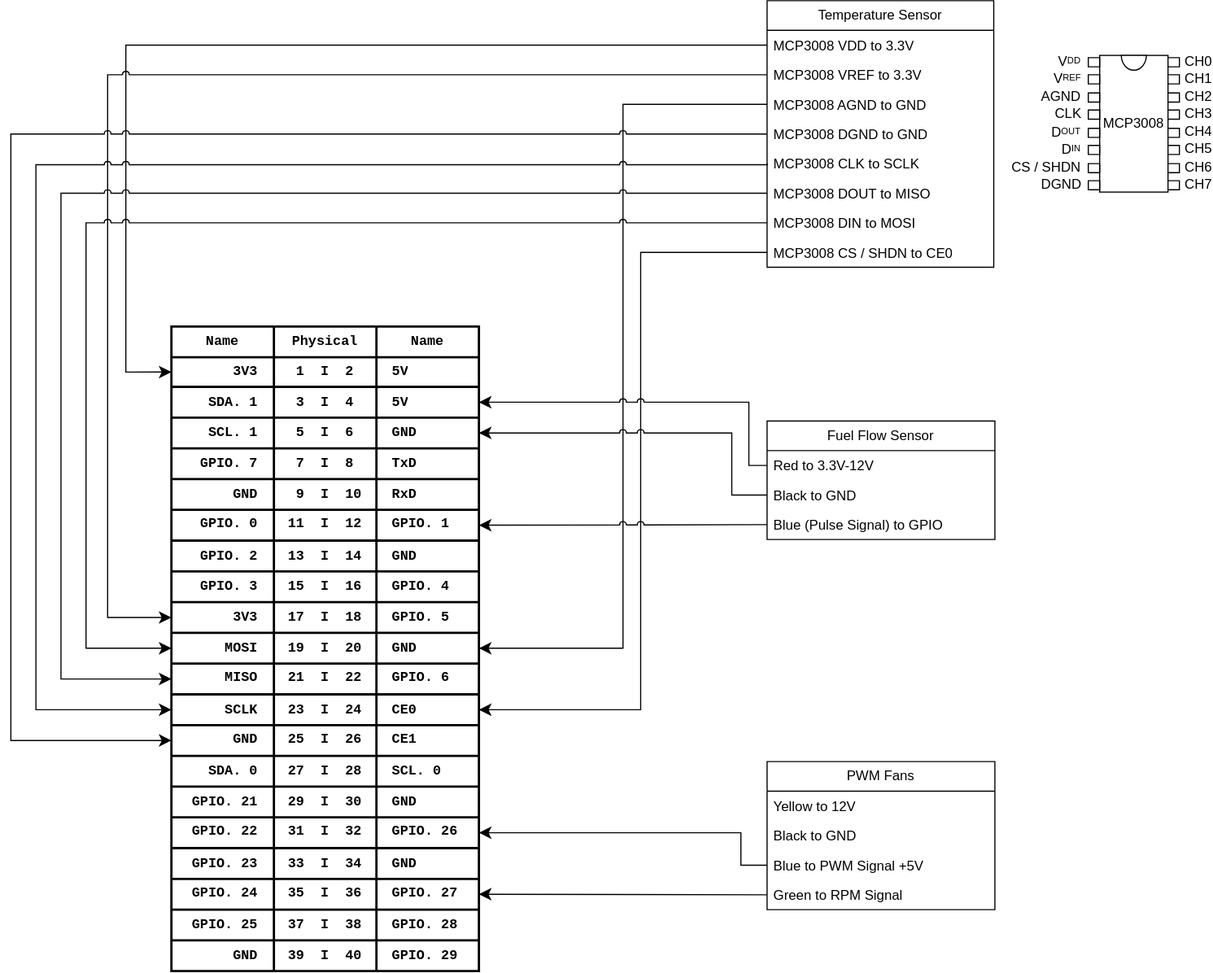
This is Pi_Pin_Layout.drawio.svg from uniqueident/Baja-2025, a draw.io export, as it was before one commit. Source tidied: cells renumbered, new cells last; positions are measured from the earlier drawing's top-left corner, leaving out a move shared by most shapes.
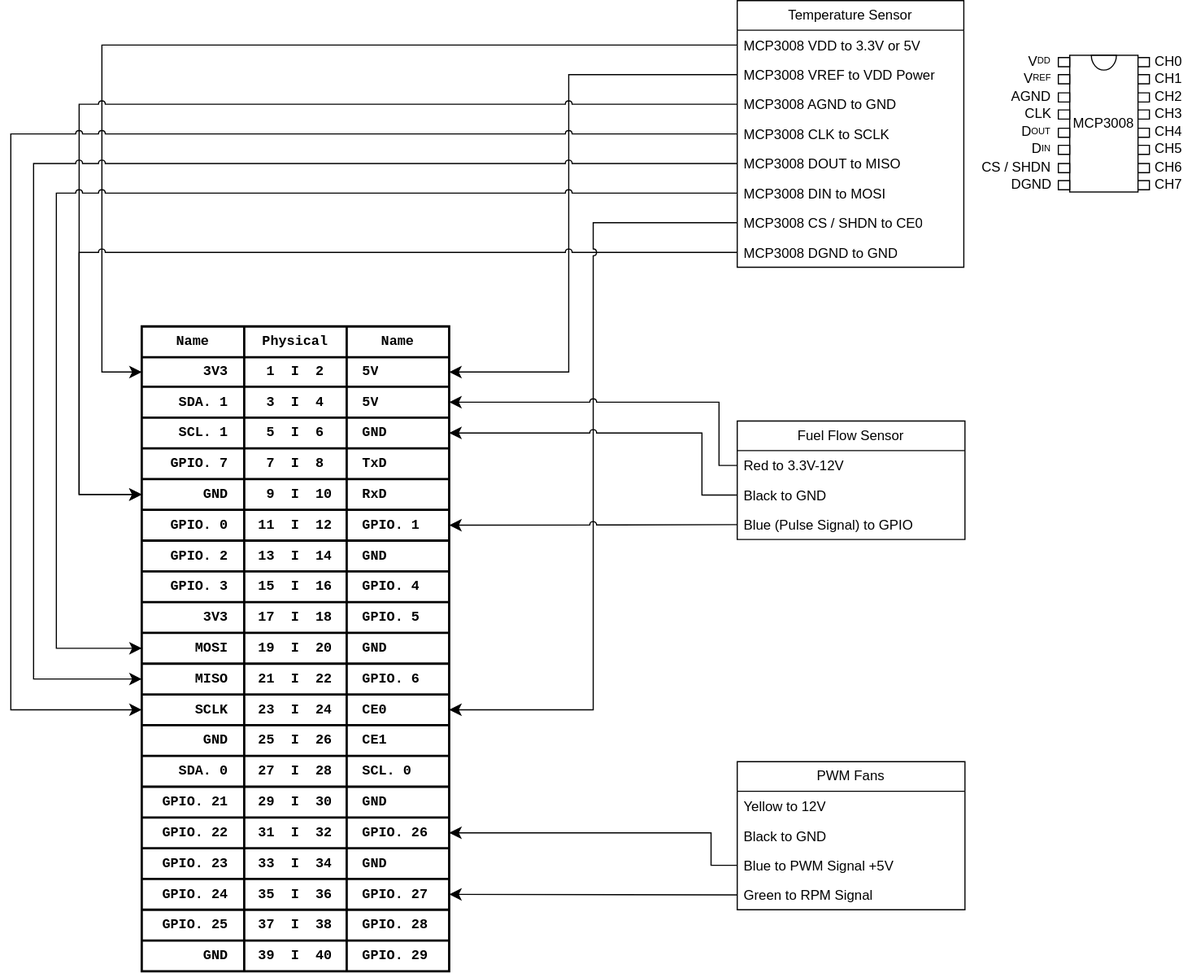
Above is the later version.

Change to the diagram source:
```diff
@@ -17,30 +17,30 @@
     <mxCell id="6" value="Temperature Sensor" style="swimlane;fontStyle=0;horizontal=1;startSize=26;fillColor=none;whiteSpace=wrap;html=1;" parent="1" vertex="1">
       <mxGeometry x="664" width="199" height="234" as="geometry" />
     </mxCell>
-    <mxCell id="7" value="MCP3008 VDD to 3.3V" style="text;strokeColor=none;fillColor=none;align=left;verticalAlign=top;spacingLeft=4;spacingRight=4;overflow=hidden;points=[[0,0.5],[1,0.5]];portConstraint=eastwest;whiteSpace=wrap;html=1;" parent="6" vertex="1">
+    <mxCell id="7" value="MCP3008 VDD to 3.3V or 5V" style="text;strokeColor=none;fillColor=none;align=left;verticalAlign=top;spacingLeft=4;spacingRight=4;overflow=hidden;points=[[0,0.5],[1,0.5]];portConstraint=eastwest;whiteSpace=wrap;html=1;" parent="6" vertex="1">
       <mxGeometry y="26" width="199" height="26" as="geometry" />
     </mxCell>
-    <mxCell id="8" value="MCP3008 VREF to 3.3V" style="text;strokeColor=none;fillColor=none;align=left;verticalAlign=top;spacingLeft=4;spacingRight=4;overflow=hidden;points=[[0,0.5],[1,0.5]];portConstraint=eastwest;whiteSpace=wrap;html=1;" parent="6" vertex="1">
+    <mxCell id="8" value="MCP3008 VREF to VDD Power" style="text;strokeColor=none;fillColor=none;align=left;verticalAlign=top;spacingLeft=4;spacingRight=4;overflow=hidden;points=[[0,0.5],[1,0.5]];portConstraint=eastwest;whiteSpace=wrap;html=1;" parent="6" vertex="1">
       <mxGeometry y="52" width="199" height="26" as="geometry" />
     </mxCell>
     <mxCell id="9" value="MCP3008 AGND to GND" style="text;strokeColor=none;fillColor=none;align=left;verticalAlign=top;spacingLeft=4;spacingRight=4;overflow=hidden;points=[[0,0.5],[1,0.5]];portConstraint=eastwest;whiteSpace=wrap;html=1;" parent="6" vertex="1">
       <mxGeometry y="78" width="199" height="26" as="geometry" />
     </mxCell>
-    <mxCell id="10" value="MCP3008 DGND to GND" style="text;strokeColor=none;fillColor=none;align=left;verticalAlign=top;spacingLeft=4;spacingRight=4;overflow=hidden;points=[[0,0.5],[1,0.5]];portConstraint=eastwest;whiteSpace=wrap;html=1;" parent="6" vertex="1">
-      <mxGeometry y="104" width="199" height="26" as="geometry" />
-    </mxCell>
     <mxCell id="11" value="MCP3008 CLK to SCLK" style="text;strokeColor=none;fillColor=none;align=left;verticalAlign=top;spacingLeft=4;spacingRight=4;overflow=hidden;points=[[0,0.5],[1,0.5]];portConstraint=eastwest;whiteSpace=wrap;html=1;" parent="6" vertex="1">
-      <mxGeometry y="130" width="199" height="26" as="geometry" />
+      <mxGeometry y="104" width="199" height="26" as="geometry" />
     </mxCell>
     <mxCell id="12" value="MCP3008 DOUT to MISO" style="text;strokeColor=none;fillColor=none;align=left;verticalAlign=top;spacingLeft=4;spacingRight=4;overflow=hidden;points=[[0,0.5],[1,0.5]];portConstraint=eastwest;whiteSpace=wrap;html=1;" parent="6" vertex="1">
-      <mxGeometry y="156" width="199" height="26" as="geometry" />
+      <mxGeometry y="130" width="199" height="26" as="geometry" />
     </mxCell>
     <mxCell id="13" value="MCP3008 DIN to MOSI" style="text;strokeColor=none;fillColor=none;align=left;verticalAlign=top;spacingLeft=4;spacingRight=4;overflow=hidden;points=[[0,0.5],[1,0.5]];portConstraint=eastwest;whiteSpace=wrap;html=1;" parent="6" vertex="1">
-      <mxGeometry y="182" width="199" height="26" as="geometry" />
+      <mxGeometry y="156" width="199" height="26" as="geometry" />
     </mxCell>
     <mxCell id="14" value="MCP3008 CS / SHDN to CE0" style="text;strokeColor=none;fillColor=none;align=left;verticalAlign=top;spacingLeft=4;spacingRight=4;overflow=hidden;points=[[0,0.5],[1,0.5]];portConstraint=eastwest;whiteSpace=wrap;html=1;" parent="6" vertex="1">
-      <mxGeometry y="208" width="199" height="26" as="geometry" />
+      <mxGeometry y="182" width="199" height="26" as="geometry" />
     </mxCell>
+    <mxCell id="10" value="MCP3008 DGND to GND" style="text;strokeColor=none;fillColor=none;align=left;verticalAlign=top;spacingLeft=4;spacingRight=4;overflow=hidden;points=[[0,0.5],[1,0.5]];portConstraint=eastwest;whiteSpace=wrap;html=1;" parent="6" vertex="1">
+      <mxGeometry y="208" width="199" height="26" as="geometry" />
+    </mxCell>
     <mxCell id="15" style="shape=table;html=1;whiteSpace=wrap;startSize=0;strokeWidth=2;fontFamily=Lucida Console;" parent="1" vertex="1">
       <mxGeometry x="141" y="286" width="270" height="566" as="geometry" />
     </mxCell>
@@ -299,62 +299,61 @@
     <mxCell id="100" style="edgeStyle=orthogonalEdgeStyle;rounded=0;jettySize=auto;html=1;entryX=0;entryY=0.5;entryDx=0;entryDy=0;fontSize=12;startSize=8;endSize=8;exitX=0;exitY=0.5;exitDx=0;exitDy=0;flowAnimation=0;shadow=0;jumpStyle=arc;" parent="1" edge="1" source="7" target="20">
       <mxGeometry relative="1" as="geometry">
         <Array as="points">
-          <mxPoint x="101" y="39" />
-          <mxPoint x="101" y="326" />
+          <mxPoint x="106" y="39" />
+          <mxPoint x="106" y="326" />
         </Array>
       </mxGeometry>
     </mxCell>
-    <mxCell id="101" style="edgeStyle=orthogonalEdgeStyle;rounded=0;jettySize=auto;html=1;exitX=0;exitY=0.5;exitDx=0;exitDy=0;entryX=0;entryY=0.5;entryDx=0;entryDy=0;fontSize=12;startSize=8;endSize=8;flowAnimation=0;shadow=0;jumpStyle=arc;" parent="1" edge="1" source="8" target="52">
+    <mxCell id="101" style="edgeStyle=orthogonalEdgeStyle;rounded=0;jettySize=auto;html=1;exitX=0;exitY=0.5;exitDx=0;exitDy=0;fontSize=12;startSize=8;endSize=8;flowAnimation=0;shadow=0;jumpStyle=arc;entryX=1;entryY=0.5;entryDx=0;entryDy=0;" parent="1" edge="1" source="8" target="20">
       <mxGeometry relative="1" as="geometry">
         <Array as="points">
-          <mxPoint x="85" y="65" />
-          <mxPoint x="85" y="542" />
+          <mxPoint x="516" y="65" />
+          <mxPoint x="516" y="326" />
         </Array>
       </mxGeometry>
     </mxCell>
-    <mxCell id="102" style="edgeStyle=orthogonalEdgeStyle;rounded=0;jettySize=auto;html=1;exitX=0;exitY=0.5;exitDx=0;exitDy=0;entryX=1;entryY=0.5;entryDx=0;entryDy=0;fontSize=12;startSize=8;endSize=8;flowAnimation=0;shadow=0;jumpStyle=arc;" parent="1" edge="1" source="9" target="56">
-      <mxGeometry relative="1" as="geometry" />
+    <mxCell id="102" style="edgeStyle=orthogonalEdgeStyle;rounded=0;jettySize=auto;html=1;exitX=0;exitY=0.5;exitDx=0;exitDy=0;entryX=0;entryY=0.5;entryDx=0;entryDy=0;fontSize=12;startSize=8;endSize=8;flowAnimation=0;shadow=0;jumpStyle=arc;" parent="1" edge="1" source="9" target="36">
+      <mxGeometry relative="1" as="geometry">
+        <Array as="points">
+          <mxPoint x="86" y="91" />
+          <mxPoint x="86" y="434" />
+        </Array>
+      </mxGeometry>
     </mxCell>
-    <mxCell id="103" style="edgeStyle=orthogonalEdgeStyle;rounded=0;jettySize=auto;html=1;exitX=0;exitY=0.5;exitDx=0;exitDy=0;entryX=0;entryY=0.5;entryDx=0;entryDy=0;fontSize=12;startSize=8;endSize=8;flowAnimation=0;shadow=0;jumpStyle=arc;" parent="1" edge="1" source="10" target="68">
+    <mxCell id="103" style="edgeStyle=orthogonalEdgeStyle;rounded=0;jettySize=auto;html=1;exitX=0;exitY=0.5;exitDx=0;exitDy=0;entryX=0;entryY=0.5;entryDx=0;entryDy=0;fontSize=12;startSize=8;endSize=8;flowAnimation=0;shadow=0;jumpStyle=arc;" parent="1" edge="1" source="10" target="36">
       <mxGeometry relative="1" as="geometry">
         <Array as="points">
-          <mxPoint y="117" />
-          <mxPoint y="650" />
+          <mxPoint x="86" y="221" />
+          <mxPoint x="86" y="434" />
         </Array>
       </mxGeometry>
     </mxCell>
     <mxCell id="104" style="edgeStyle=orthogonalEdgeStyle;rounded=0;jettySize=auto;html=1;fontSize=12;startSize=8;endSize=8;flowAnimation=0;shadow=0;jumpStyle=arc;entryX=0;entryY=0.5;entryDx=0;entryDy=0;exitX=0;exitY=0.5;exitDx=0;exitDy=0;" parent="1" edge="1" source="11" target="64">
       <mxGeometry relative="1" as="geometry">
         <Array as="points">
-          <mxPoint x="664" y="144" />
-          <mxPoint x="22" y="144" />
-          <mxPoint x="22" y="623" />
+          <mxPoint x="26" y="117" />
+          <mxPoint x="26" y="623" />
         </Array>
       </mxGeometry>
     </mxCell>
     <mxCell id="105" style="edgeStyle=orthogonalEdgeStyle;rounded=0;jettySize=auto;html=1;fontSize=12;startSize=8;endSize=8;flowAnimation=0;shadow=0;jumpStyle=arc;entryX=0;entryY=0.5;entryDx=0;entryDy=0;exitX=0;exitY=0.5;exitDx=0;exitDy=0;" parent="1" edge="1" source="12" target="60">
       <mxGeometry relative="1" as="geometry">
         <Array as="points">
-          <mxPoint x="44" y="169" />
-          <mxPoint x="44" y="595" />
+          <mxPoint x="46" y="143" />
+          <mxPoint x="46" y="596" />
         </Array>
       </mxGeometry>
     </mxCell>
     <mxCell id="106" style="edgeStyle=orthogonalEdgeStyle;rounded=0;jettySize=auto;html=1;entryX=0;entryY=0.5;entryDx=0;entryDy=0;fontSize=12;startSize=8;endSize=8;flowAnimation=0;shadow=0;jumpStyle=arc;exitX=0;exitY=0.5;exitDx=0;exitDy=0;" parent="1" edge="1" source="13" target="56">
       <mxGeometry relative="1" as="geometry">
         <Array as="points">
-          <mxPoint x="66" y="195" />
+          <mxPoint x="66" y="169" />
           <mxPoint x="66" y="569" />
         </Array>
       </mxGeometry>
     </mxCell>
     <mxCell id="107" style="edgeStyle=orthogonalEdgeStyle;rounded=0;jettySize=auto;html=1;exitX=0;exitY=0.5;exitDx=0;exitDy=0;entryX=1;entryY=0.5;entryDx=0;entryDy=0;fontSize=12;startSize=8;endSize=8;flowAnimation=0;shadow=0;jumpStyle=arc;" parent="1" edge="1" source="14" target="64">
-      <mxGeometry relative="1" as="geometry">
-        <Array as="points">
-          <mxPoint x="553" y="221" />
-          <mxPoint x="553" y="623" />
-        </Array>
-      </mxGeometry>
+      <mxGeometry relative="1" as="geometry" />
     </mxCell>
     <mxCell id="108" style="edgeStyle=elbowEdgeStyle;rounded=0;jettySize=auto;html=1;exitX=0;exitY=0.5;exitDx=0;exitDy=0;entryX=1;entryY=0.5;entryDx=0;entryDy=0;fontSize=12;startSize=8;endSize=8;jumpStyle=arc;" parent="1" edge="1" source="5" target="40">
       <mxGeometry relative="1" as="geometry">
```
